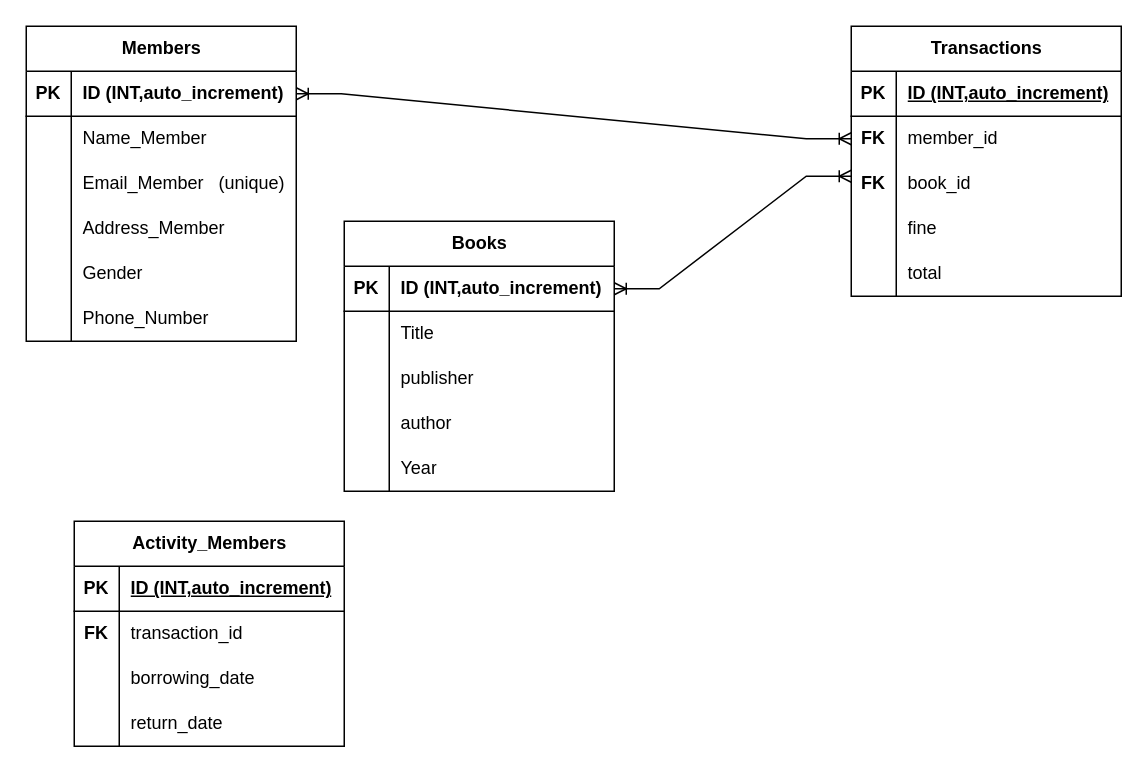
This is modul_3/excercise_2/libary-ERD.drawio from dafid31/jcwdol013, a draw.io file, before an edit. Source tidied: cells renumbered, new cells numbered last; positions are measured from the earlier drawing's top-left corner, leaving out a move shared by most shapes. Both pictures are drawn from the tidied source at 150%, with x=0, y=0 at pixel (26, 26).
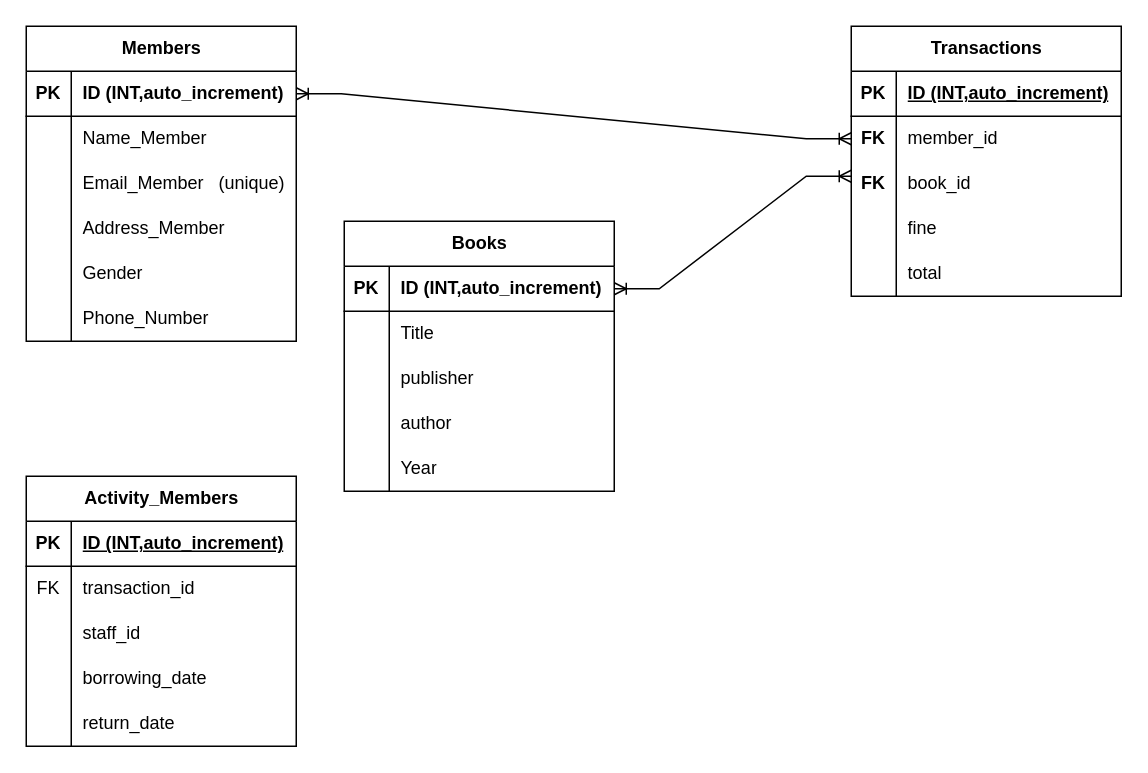
After the change.

What changed in the source:
```diff
@@
     <mxCell id="37" value="Activity_Members" style="shape=table;startSize=30;childLayout=tableLayout;rowLines=0;fontStyle=1;align=center;html=1;swimlaneFillColor=default;" parent="1" vertex="1">
-      <mxGeometry x="32" y="330" width="180" height="150" as="geometry" />
+      <mxGeometry y="300" width="180" height="180" as="geometry" />
     </mxCell>
@@
+    <mxCell id="68" style="shape=tableRow;horizontal=0;startSize=0;swimlaneHead=0;swimlaneBody=0;fillColor=none;top=0;left=0;right=0;bottom=0;fontStyle=1;" parent="37" vertex="1">
+      <mxGeometry y="60" width="180" height="30" as="geometry" />
+    </mxCell>
+    <mxCell id="69" value="FK" style="shape=partialRectangle;fillColor=none;top=0;left=0;bottom=0;right=0;overflow=hidden;whiteSpace=wrap;html=1;" parent="68" vertex="1">
+      <mxGeometry width="30" height="30" as="geometry" />
+    </mxCell>
+    <mxCell id="70" value="transaction_id" style="shape=partialRectangle;fillColor=none;top=0;left=0;bottom=0;right=0;align=left;spacingLeft=6;overflow=hidden;whiteSpace=wrap;html=1;" parent="68" vertex="1">
+      <mxGeometry x="30" width="150" height="30" as="geometry" />
+    </mxCell>
     <mxCell id="41" style="shape=tableRow;horizontal=0;startSize=0;swimlaneHead=0;swimlaneBody=0;fillColor=none;top=0;left=0;right=0;bottom=0;" parent="37" vertex="1">
-      <mxGeometry y="60" width="180" height="30" as="geometry" />
+      <mxGeometry y="90" width="180" height="30" as="geometry" />
     </mxCell>
-    <mxCell id="42" value="&lt;b&gt;FK&lt;/b&gt;" style="shape=partialRectangle;fillColor=none;top=0;left=0;bottom=0;right=0;overflow=hidden;whiteSpace=wrap;html=1;" parent="41" vertex="1">
+    <mxCell id="42" style="shape=partialRectangle;fillColor=none;top=0;left=0;bottom=0;right=0;overflow=hidden;whiteSpace=wrap;html=1;" parent="41" vertex="1">
       <mxGeometry width="30" height="30" as="geometry" />
     </mxCell>
-    <mxCell id="43" value="transaction_id" style="shape=partialRectangle;fillColor=none;top=0;left=0;bottom=0;right=0;align=left;spacingLeft=6;overflow=hidden;whiteSpace=wrap;html=1;" parent="41" vertex="1">
+    <mxCell id="43" value="staff_id" style="shape=partialRectangle;fillColor=none;top=0;left=0;bottom=0;right=0;align=left;spacingLeft=6;overflow=hidden;whiteSpace=wrap;html=1;" parent="41" vertex="1">
       <mxGeometry x="30" width="150" height="30" as="geometry" />
     </mxCell>
     <mxCell id="44" style="shape=tableRow;horizontal=0;startSize=0;swimlaneHead=0;swimlaneBody=0;fillColor=none;top=0;left=0;right=0;bottom=0;" parent="37" vertex="1">
-      <mxGeometry y="90" width="180" height="30" as="geometry" />
+      <mxGeometry y="120" width="180" height="30" as="geometry" />
     </mxCell>
@@
     <mxCell id="47" style="shape=tableRow;horizontal=0;startSize=0;swimlaneHead=0;swimlaneBody=0;fillColor=none;top=0;left=0;right=0;bottom=0;" parent="37" vertex="1">
-      <mxGeometry y="120" width="180" height="30" as="geometry" />
+      <mxGeometry y="150" width="180" height="30" as="geometry" />
     </mxCell>
```
